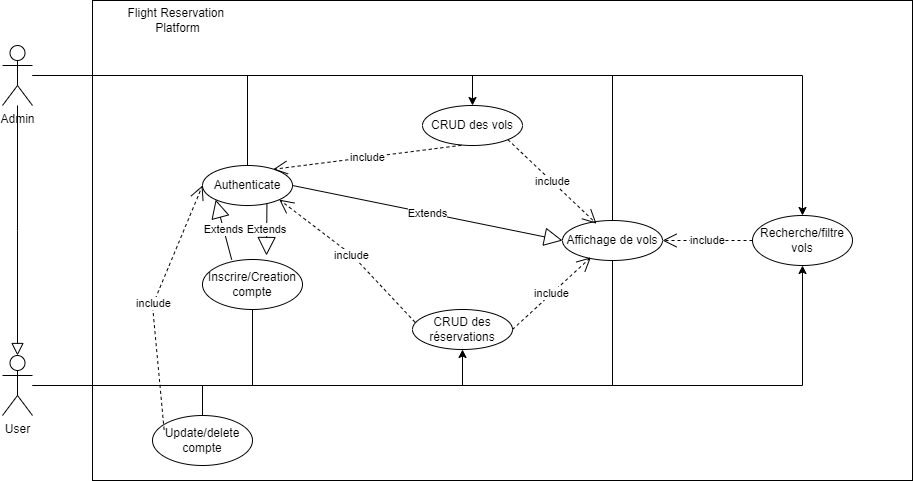
Before: UML Conception/Use case diagram.png, a diagram exported from draw.io (mehdilagdimi/Flight-Resevation-Platform). Source tidied: cells renumbered, new cells last; positions are measured from the earlier drawing's top-left corner, leaving out a move shared by most shapes.
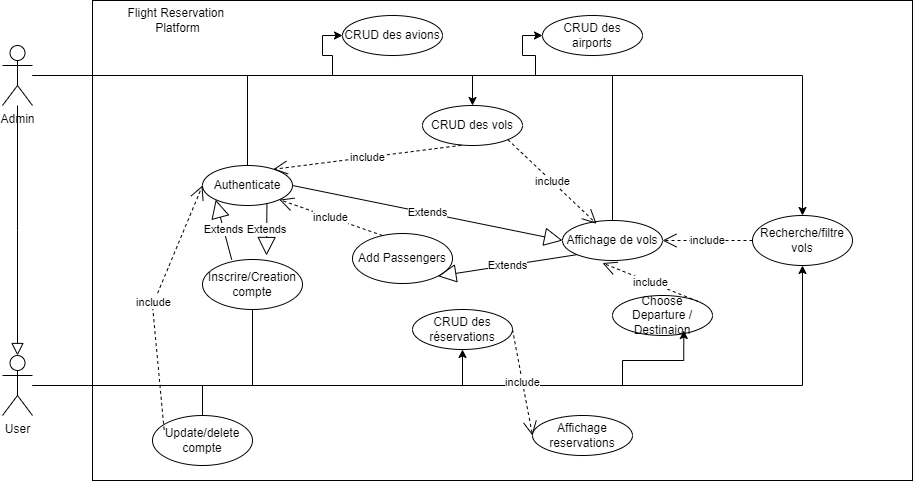
The same diagram one commit later.

Commit message:
update use case

The edit, as a diff of the source:
```diff
@@ -53,13 +53,6 @@
     <mxCell id="18" value="Extends" style="endArrow=block;endSize=16;endFill=0;html=1;rounded=0;entryX=0;entryY=1;entryDx=0;entryDy=0;exitX=0.292;exitY=0.004;exitDx=0;exitDy=0;exitPerimeter=0;" parent="1" edge="1" source="11" target="9">
       <mxGeometry relative="1" as="geometry" />
     </mxCell>
-    <mxCell id="19" value="include" style="endArrow=open;endSize=12;dashed=1;html=1;rounded=0;exitX=0.024;exitY=0.315;exitDx=0;exitDy=0;exitPerimeter=0;entryX=1;entryY=1;entryDx=0;entryDy=0;" parent="1" edge="1" source="12" target="9">
-      <mxGeometry relative="1" as="geometry">
-        <Array as="points">
-          <mxPoint x="350" y="255" />
-        </Array>
-      </mxGeometry>
-    </mxCell>
     <mxCell id="20" value="Extends" style="endArrow=block;endSize=16;endFill=0;html=1;rounded=0;exitX=0.716;exitY=0.955;exitDx=0;exitDy=0;exitPerimeter=0;" parent="1" edge="1" source="9">
       <mxGeometry relative="1" as="geometry">
         <mxPoint x="264" y="255" as="targetPoint" />
@@ -95,11 +88,6 @@
         <mxPoint x="610" y="75" as="targetPoint" />
       </mxGeometry>
     </mxCell>
-    <mxCell id="27" style="endArrow=none;html=1;rounded=0;entryX=0.5;entryY=1;entryDx=0;entryDy=0;" parent="1" edge="1" target="13">
-      <mxGeometry relative="1" as="geometry">
-        <mxPoint x="610" y="385" as="sourcePoint" />
-      </mxGeometry>
-    </mxCell>
     <mxCell id="28" value="include" style="endArrow=open;endSize=12;dashed=1;html=1;rounded=0;exitX=0;exitY=0.5;exitDx=0;exitDy=0;entryX=1;entryY=0.5;entryDx=0;entryDy=0;" parent="1" edge="1" source="14" target="13">
       <mxGeometry relative="1" as="geometry" />
     </mxCell>
@@ -109,8 +97,47 @@
     <mxCell id="30" value="include" style="endArrow=open;endSize=12;dashed=1;html=1;rounded=0;exitX=1;exitY=1;exitDx=0;exitDy=0;entryX=0.34;entryY=0.08;entryDx=0;entryDy=0;entryPerimeter=0;" parent="1" edge="1" source="10" target="13">
       <mxGeometry relative="1" as="geometry" />
     </mxCell>
-    <mxCell id="31" value="include" style="endArrow=open;endSize=12;dashed=1;html=1;rounded=0;exitX=1;exitY=0.5;exitDx=0;exitDy=0;entryX=0.284;entryY=0.92;entryDx=0;entryDy=0;entryPerimeter=0;" parent="1" edge="1" source="12" target="13">
+    <mxCell id="31" value="include" style="endArrow=open;endSize=12;dashed=1;html=1;rounded=0;exitX=1;exitY=0.5;exitDx=0;exitDy=0;entryX=0;entryY=0.5;entryDx=0;entryDy=0;" parent="1" edge="1" source="12" target="39">
       <mxGeometry relative="1" as="geometry" />
     </mxCell>
+    <mxCell id="32" value="Add Passengers" style="ellipse;whiteSpace=wrap;html=1;align=center;" parent="1" vertex="1">
+      <mxGeometry x="350" y="233" width="100" height="50" as="geometry" />
+    </mxCell>
+    <mxCell id="33" value="include" style="endArrow=open;endSize=12;dashed=1;html=1;rounded=0;exitX=0.3;exitY=0.04;exitDx=0;exitDy=0;exitPerimeter=0;entryX=1;entryY=1;entryDx=0;entryDy=0;" parent="1" edge="1" source="32" target="9">
+      <mxGeometry relative="1" as="geometry" />
+    </mxCell>
+    <mxCell id="34" value="CRUD des avions" style="ellipse;whiteSpace=wrap;html=1;align=center;" parent="1" vertex="1">
+      <mxGeometry x="340" y="15" width="100" height="40" as="geometry" />
+    </mxCell>
+    <mxCell id="35" value="CRUD des airports" style="ellipse;whiteSpace=wrap;html=1;align=center;" parent="1" vertex="1">
+      <mxGeometry x="540" y="15" width="100" height="40" as="geometry" />
+    </mxCell>
+    <mxCell id="36" style="edgeStyle=orthogonalEdgeStyle;rounded=0;jettySize=auto;html=1;entryX=0;entryY=0.5;entryDx=0;entryDy=0;" parent="1" edge="1" target="34">
+      <mxGeometry relative="1" as="geometry">
+        <mxPoint x="310" y="75" as="sourcePoint" />
+      </mxGeometry>
+    </mxCell>
+    <mxCell id="37" style="edgeStyle=orthogonalEdgeStyle;rounded=0;jettySize=auto;html=1;entryX=0;entryY=0.5;entryDx=0;entryDy=0;" parent="1" edge="1" target="35">
+      <mxGeometry relative="1" as="geometry">
+        <mxPoint x="513" y="75" as="sourcePoint" />
+      </mxGeometry>
+    </mxCell>
+    <mxCell id="38" value="Choose Departure / Destinaion" style="ellipse;whiteSpace=wrap;html=1;align=center;" parent="1" vertex="1">
+      <mxGeometry x="610" y="295" width="100" height="40" as="geometry" />
+    </mxCell>
+    <mxCell id="39" value="Affichage reservations" style="ellipse;whiteSpace=wrap;html=1;align=center;" parent="1" vertex="1">
+      <mxGeometry x="530" y="415" width="100" height="40" as="geometry" />
+    </mxCell>
+    <mxCell id="40" value="include" style="endArrow=open;endSize=12;dashed=1;html=1;rounded=0;exitX=1;exitY=0;exitDx=0;exitDy=0;entryX=0.4;entryY=1.063;entryDx=0;entryDy=0;entryPerimeter=0;" parent="1" edge="1" source="38" target="13">
+      <mxGeometry relative="1" as="geometry" />
+    </mxCell>
+    <mxCell id="41" value="Extends" style="endArrow=block;endSize=16;endFill=0;html=1;rounded=0;entryX=1;entryY=1;entryDx=0;entryDy=0;exitX=0;exitY=1;exitDx=0;exitDy=0;" parent="1" edge="1" source="13" target="32">
+      <mxGeometry relative="1" as="geometry" />
+    </mxCell>
+    <mxCell id="42" style="edgeStyle=orthogonalEdgeStyle;rounded=0;jettySize=auto;html=1;entryX=0.713;entryY=0.875;entryDx=0;entryDy=0;entryPerimeter=0;" parent="1" edge="1" target="38">
+      <mxGeometry relative="1" as="geometry">
+        <mxPoint x="620" y="385" as="sourcePoint" />
+      </mxGeometry>
+    </mxCell>
   </root>
 </mxGraphModel>
```
